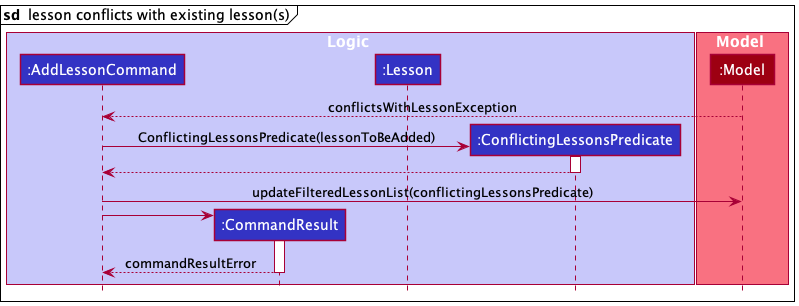
nus-cs2103-AY2122S2/tp keeps this PlantUML diagram as docs/images/AddLessonSequenceDiagram_4.png. Above is the earlier version.
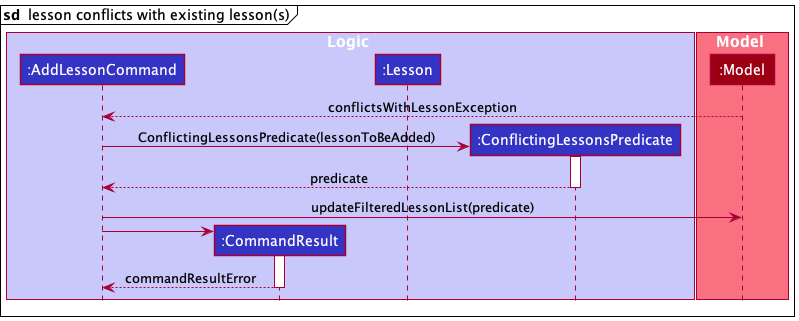
The same diagram one commit later.

Commit message:
Fix sequence diagram

What changed in the source:
```diff
@@ -21,10 +21,10 @@
 create ConflictingLessonsPredicate
 AddLessonCommand -> ConflictingLessonsPredicate : ConflictingLessonsPredicate(lessonToBeAdded)
 activate ConflictingLessonsPredicate
-AddLessonCommand <-- ConflictingLessonsPredicate
+AddLessonCommand <-- ConflictingLessonsPredicate : predicate
 deactivate ConflictingLessonsPredicate
 
-AddLessonCommand -> Model : updateFilteredLessonList(conflictingLessonsPredicate)
+AddLessonCommand -> Model : updateFilteredLessonList(predicate)
 
 
 create CommandResult
```
